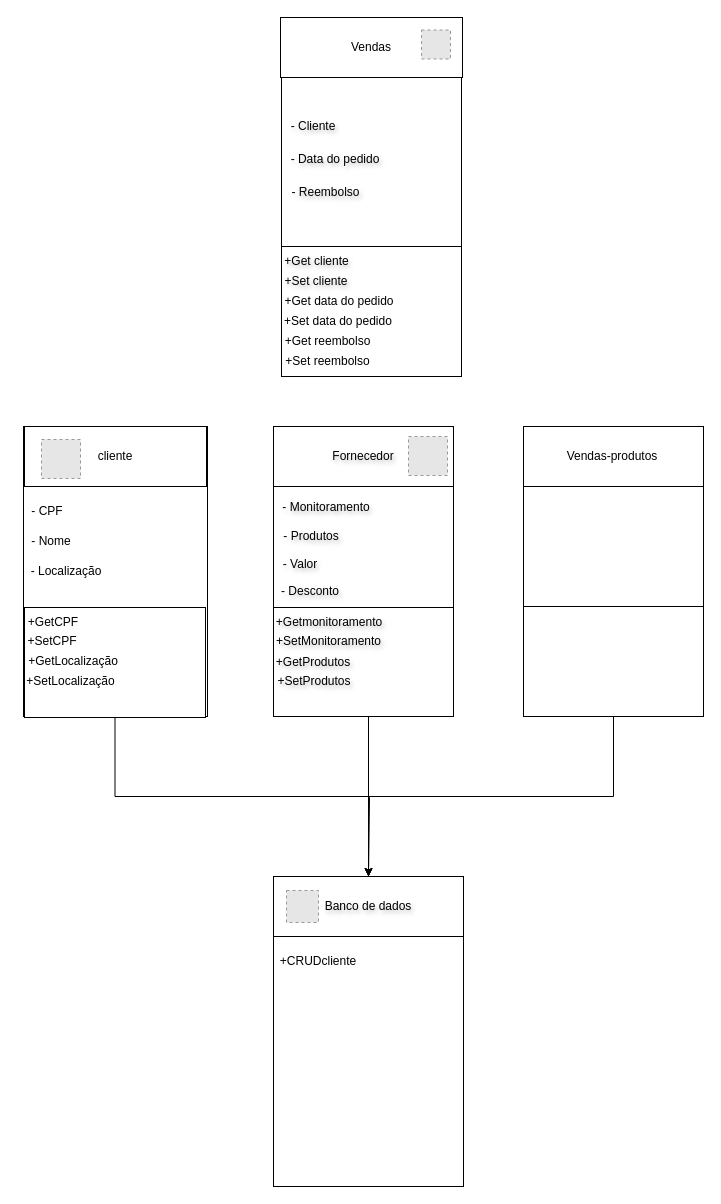
This is DOC/diagram de classe.drawio from lucasmathiasbelini/projeto3, a draw.io file, before an edit. Source tidied: cells renumbered, new cells numbered last; positions are measured from the earlier drawing's top-left corner, leaving out a move shared by most shapes. Both pictures are drawn from the tidied source at 100%, with x=0, y=0 at pixel (17, 17). Pictures stored in the file or linked from it are replaced by grey dashed boxes.
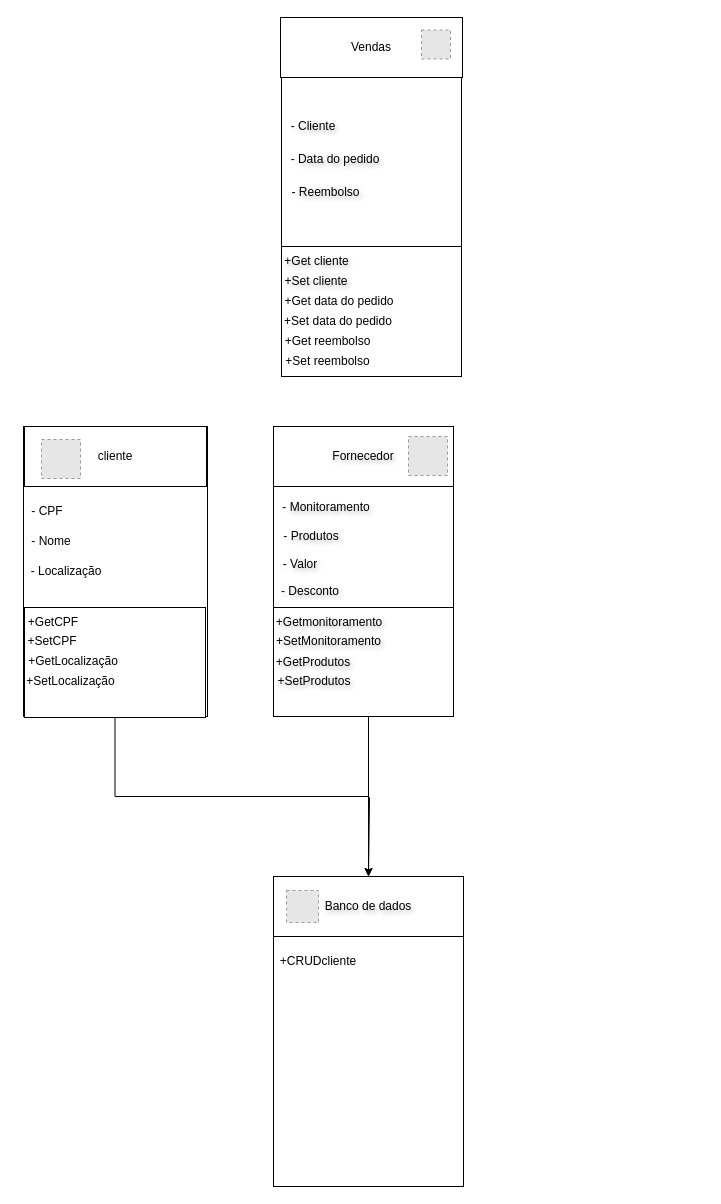
The same page after the edit.

What changed in the source:
```diff
@@
-    <mxCell id="23" style="rounded=0;whiteSpace=wrap;html=1;" parent="1" vertex="1">
-      <mxGeometry x="506" y="409" width="180" height="290" as="geometry" />
-    </mxCell>
-    <mxCell id="24" style="rounded=0;whiteSpace=wrap;html=1;" parent="1" vertex="1">
-      <mxGeometry x="506" y="409" width="180" height="60" as="geometry" />
-    </mxCell>
-    <mxCell id="25" style="edgeStyle=orthogonalEdgeStyle;rounded=0;jettySize=auto;html=1;exitX=0.5;exitY=1;exitDx=0;exitDy=0;textShadow=1;" parent="1" edge="1" source="26">
-      <mxGeometry relative="1" as="geometry">
-        <mxPoint x="351" y="859" as="targetPoint" />
-        <Array as="points">
-          <mxPoint x="596" y="779" />
-          <mxPoint x="351" y="779" />
-        </Array>
-      </mxGeometry>
-    </mxCell>
-    <mxCell id="26" style="rounded=0;whiteSpace=wrap;html=1;" parent="1" vertex="1">
-      <mxGeometry x="506" y="589" width="180" height="110" as="geometry" />
-    </mxCell>
@@
-    <mxCell id="46" value="Vendas-produtos" style="text;html=1;align=center;verticalAlign=middle;whiteSpace=wrap;rounded=0;" parent="1" vertex="1">
-      <mxGeometry x="545" y="424" width="100" height="30" as="geometry" />
-    </mxCell>
```
